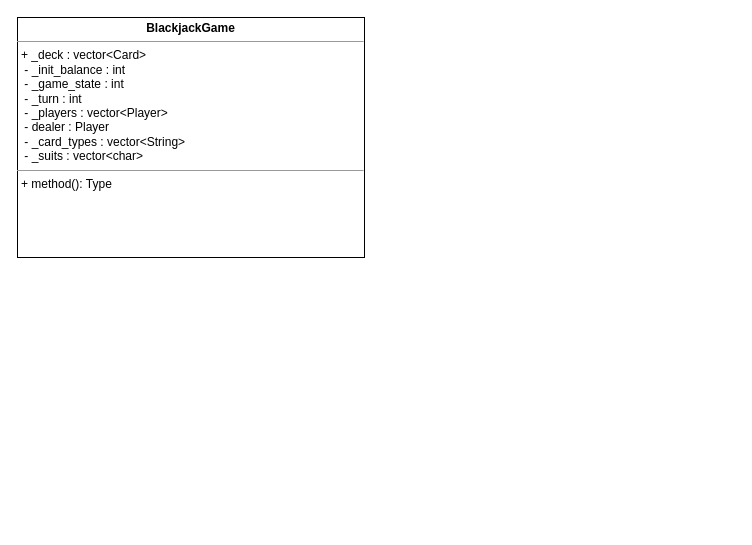
Before: docs/Implementation Details/implementation_details.drawio in christiangoerdes/Blackjack, a draw.io diagram. Source tidied: cells renumbered, new cells numbered last; positions are measured from the earlier drawing's top-left corner, leaving out a move shared by most shapes. Both pictures are drawn from the tidied source at 100%, with x=0, y=0 at pixel (17, 17).
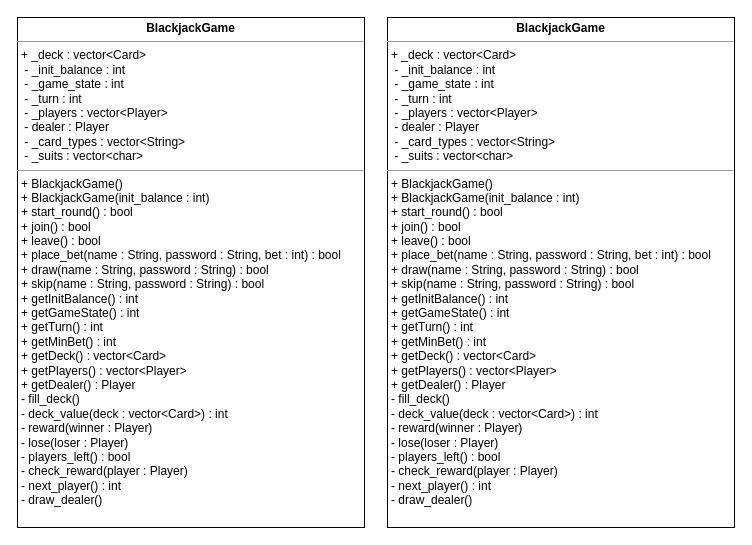
Above is the later version.

Commit message:
finished BlackjackGame UML diagram

What changed in the source:
```diff
@@
 <mxGraphModel>
   <root>
     <mxCell id="0" />
     <mxCell id="1" parent="0" />
-    <mxCell id="2" value="&lt;p style=&quot;margin:0px;margin-top:4px;text-align:center;&quot;&gt;&lt;b&gt;BlackjackGame&lt;/b&gt;&lt;/p&gt;&lt;hr size=&quot;1&quot;&gt;&lt;p style=&quot;margin:0px;margin-left:4px;&quot;&gt;+ _deck : vector&amp;lt;Card&amp;gt;&amp;nbsp;&lt;/p&gt;&lt;p style=&quot;margin:0px;margin-left:4px;&quot;&gt;&amp;nbsp;- _init_balance : int&lt;/p&gt;&lt;p style=&quot;margin:0px;margin-left:4px;&quot;&gt;&amp;nbsp;- _game_state : int&lt;/p&gt;&lt;p style=&quot;margin:0px;margin-left:4px;&quot;&gt;&amp;nbsp;- _turn : int&lt;/p&gt;&lt;p style=&quot;margin:0px;margin-left:4px;&quot;&gt;&lt;span style=&quot;background-color: initial;&quot;&gt;&amp;nbsp;- _players : vector&amp;lt;Player&amp;gt;&lt;/span&gt;&lt;/p&gt;&lt;p style=&quot;margin:0px;margin-left:4px;&quot;&gt;&lt;span style=&quot;background-color: initial;&quot;&gt;&amp;nbsp;- dealer : Player&lt;/span&gt;&lt;/p&gt;&lt;p style=&quot;margin:0px;margin-left:4px;&quot;&gt;&lt;span style=&quot;background-color: initial;&quot;&gt;&amp;nbsp;- _card_types : vector&amp;lt;String&amp;gt;&lt;/span&gt;&lt;/p&gt;&lt;p style=&quot;margin:0px;margin-left:4px;&quot;&gt;&lt;span style=&quot;background-color: initial;&quot;&gt;&amp;nbsp;- _suits : vector&amp;lt;char&amp;gt;&lt;/span&gt;&lt;/p&gt;&lt;hr size=&quot;1&quot;&gt;&lt;p style=&quot;margin:0px;margin-left:4px;&quot;&gt;+ method(): Type&lt;/p&gt;" style="verticalAlign=top;align=left;overflow=fill;fontSize=12;fontFamily=Helvetica;html=1;whiteSpace=wrap;" parent="1" vertex="1">
-      <mxGeometry width="347" height="240" as="geometry" />
+    <mxCell id="2" value="&lt;p style=&quot;margin:0px;margin-top:4px;text-align:center;&quot;&gt;&lt;b&gt;BlackjackGame&lt;/b&gt;&lt;/p&gt;&lt;hr size=&quot;1&quot;&gt;&lt;p style=&quot;margin:0px;margin-left:4px;&quot;&gt;+ _deck : vector&amp;lt;Card&amp;gt;&amp;nbsp;&lt;/p&gt;&lt;p style=&quot;margin:0px;margin-left:4px;&quot;&gt;&amp;nbsp;- _init_balance : int&lt;/p&gt;&lt;p style=&quot;margin:0px;margin-left:4px;&quot;&gt;&amp;nbsp;- _game_state : int&lt;/p&gt;&lt;p style=&quot;margin:0px;margin-left:4px;&quot;&gt;&amp;nbsp;- _turn : int&lt;/p&gt;&lt;p style=&quot;margin:0px;margin-left:4px;&quot;&gt;&lt;span style=&quot;background-color: initial;&quot;&gt;&amp;nbsp;- _players : vector&amp;lt;Player&amp;gt;&lt;/span&gt;&lt;/p&gt;&lt;p style=&quot;margin:0px;margin-left:4px;&quot;&gt;&lt;span style=&quot;background-color: initial;&quot;&gt;&amp;nbsp;- dealer : Player&lt;/span&gt;&lt;/p&gt;&lt;p style=&quot;margin:0px;margin-left:4px;&quot;&gt;&lt;span style=&quot;background-color: initial;&quot;&gt;&amp;nbsp;- _card_types : vector&amp;lt;String&amp;gt;&lt;/span&gt;&lt;/p&gt;&lt;p style=&quot;margin:0px;margin-left:4px;&quot;&gt;&lt;span style=&quot;background-color: initial;&quot;&gt;&amp;nbsp;- _suits : vector&amp;lt;char&amp;gt;&lt;/span&gt;&lt;/p&gt;&lt;hr size=&quot;1&quot;&gt;&lt;p style=&quot;margin:0px;margin-left:4px;&quot;&gt;+ BlackjackGame()&lt;/p&gt;&lt;p style=&quot;margin:0px;margin-left:4px;&quot;&gt;+ BlackjackGame(init_balance : int)&lt;/p&gt;&lt;p style=&quot;margin:0px;margin-left:4px;&quot;&gt;+ start_round() : bool&lt;/p&gt;&lt;p style=&quot;margin:0px;margin-left:4px;&quot;&gt;+ join() : bool&lt;/p&gt;&lt;p style=&quot;margin:0px;margin-left:4px;&quot;&gt;+ leave() : bool&lt;/p&gt;&lt;p style=&quot;margin:0px;margin-left:4px;&quot;&gt;+ place_bet(name : String, password : String, bet : int) : bool&lt;/p&gt;&lt;p style=&quot;margin:0px;margin-left:4px;&quot;&gt;+ draw(name : String, password : String) : bool&lt;/p&gt;&lt;p style=&quot;margin:0px;margin-left:4px;&quot;&gt;+ skip(name : String, password : String) : bool&lt;/p&gt;&lt;p style=&quot;margin:0px;margin-left:4px;&quot;&gt;+ getInitBalance() : int&lt;/p&gt;&lt;p style=&quot;margin:0px;margin-left:4px;&quot;&gt;+ getGameState() : int&lt;/p&gt;&lt;p style=&quot;margin:0px;margin-left:4px;&quot;&gt;+ getTurn() : int&lt;/p&gt;&lt;p style=&quot;margin:0px;margin-left:4px;&quot;&gt;+ getMinBet() : int&lt;/p&gt;&lt;p style=&quot;margin:0px;margin-left:4px;&quot;&gt;+ getDeck() : vector&amp;lt;Card&amp;gt;&lt;/p&gt;&lt;p style=&quot;margin:0px;margin-left:4px;&quot;&gt;+ getPlayers() : vector&amp;lt;Player&amp;gt;&lt;/p&gt;&lt;p style=&quot;margin:0px;margin-left:4px;&quot;&gt;+ getDealer() : Player&lt;/p&gt;&lt;p style=&quot;margin:0px;margin-left:4px;&quot;&gt;- fill_deck()&lt;/p&gt;&lt;p style=&quot;margin:0px;margin-left:4px;&quot;&gt;- deck_value(deck : vector&amp;lt;Card&amp;gt;) : int&lt;/p&gt;&lt;p style=&quot;margin:0px;margin-left:4px;&quot;&gt;- reward(winner : Player)&amp;nbsp;&lt;/p&gt;&lt;p style=&quot;margin:0px;margin-left:4px;&quot;&gt;- lose(loser : Player)&amp;nbsp;&lt;/p&gt;&lt;p style=&quot;margin:0px;margin-left:4px;&quot;&gt;- players_left() : bool&lt;/p&gt;&lt;p style=&quot;margin:0px;margin-left:4px;&quot;&gt;- check_reward(player : Player)&lt;/p&gt;&lt;p style=&quot;margin:0px;margin-left:4px;&quot;&gt;- next_player() : int&lt;/p&gt;&lt;p style=&quot;margin:0px;margin-left:4px;&quot;&gt;- draw_dealer()&lt;/p&gt;&lt;p style=&quot;margin:0px;margin-left:4px;&quot;&gt;&lt;br&gt;&lt;/p&gt;&lt;p style=&quot;margin:0px;margin-left:4px;&quot;&gt;&lt;br&gt;&lt;/p&gt;&lt;p style=&quot;margin:0px;margin-left:4px;&quot;&gt;&lt;br&gt;&lt;/p&gt;&lt;p style=&quot;margin:0px;margin-left:4px;&quot;&gt;&lt;br&gt;&lt;/p&gt;" style="verticalAlign=top;align=left;overflow=fill;fontSize=12;fontFamily=Helvetica;html=1;whiteSpace=wrap;" parent="1" vertex="1">
+      <mxGeometry width="347" height="510" as="geometry" />
     </mxCell>
+    <mxCell id="3" value="&lt;p style=&quot;margin:0px;margin-top:4px;text-align:center;&quot;&gt;&lt;b&gt;BlackjackGame&lt;/b&gt;&lt;/p&gt;&lt;hr size=&quot;1&quot;&gt;&lt;p style=&quot;margin:0px;margin-left:4px;&quot;&gt;+ _deck : vector&amp;lt;Card&amp;gt;&amp;nbsp;&lt;/p&gt;&lt;p style=&quot;margin:0px;margin-left:4px;&quot;&gt;&amp;nbsp;- _init_balance : int&lt;/p&gt;&lt;p style=&quot;margin:0px;margin-left:4px;&quot;&gt;&amp;nbsp;- _game_state : int&lt;/p&gt;&lt;p style=&quot;margin:0px;margin-left:4px;&quot;&gt;&amp;nbsp;- _turn : int&lt;/p&gt;&lt;p style=&quot;margin:0px;margin-left:4px;&quot;&gt;&lt;span style=&quot;background-color: initial;&quot;&gt;&amp;nbsp;- _players : vector&amp;lt;Player&amp;gt;&lt;/span&gt;&lt;/p&gt;&lt;p style=&quot;margin:0px;margin-left:4px;&quot;&gt;&lt;span style=&quot;background-color: initial;&quot;&gt;&amp;nbsp;- dealer : Player&lt;/span&gt;&lt;/p&gt;&lt;p style=&quot;margin:0px;margin-left:4px;&quot;&gt;&lt;span style=&quot;background-color: initial;&quot;&gt;&amp;nbsp;- _card_types : vector&amp;lt;String&amp;gt;&lt;/span&gt;&lt;/p&gt;&lt;p style=&quot;margin:0px;margin-left:4px;&quot;&gt;&lt;span style=&quot;background-color: initial;&quot;&gt;&amp;nbsp;- _suits : vector&amp;lt;char&amp;gt;&lt;/span&gt;&lt;/p&gt;&lt;hr size=&quot;1&quot;&gt;&lt;p style=&quot;margin:0px;margin-left:4px;&quot;&gt;+ BlackjackGame()&lt;/p&gt;&lt;p style=&quot;margin:0px;margin-left:4px;&quot;&gt;+ BlackjackGame(init_balance : int)&lt;/p&gt;&lt;p style=&quot;margin:0px;margin-left:4px;&quot;&gt;+ start_round() : bool&lt;/p&gt;&lt;p style=&quot;margin:0px;margin-left:4px;&quot;&gt;+ join() : bool&lt;/p&gt;&lt;p style=&quot;margin:0px;margin-left:4px;&quot;&gt;+ leave() : bool&lt;/p&gt;&lt;p style=&quot;margin:0px;margin-left:4px;&quot;&gt;+ place_bet(name : String, password : String, bet : int) : bool&lt;/p&gt;&lt;p style=&quot;margin:0px;margin-left:4px;&quot;&gt;+ draw(name : String, password : String) : bool&lt;/p&gt;&lt;p style=&quot;margin:0px;margin-left:4px;&quot;&gt;+ skip(name : String, password : String) : bool&lt;/p&gt;&lt;p style=&quot;margin:0px;margin-left:4px;&quot;&gt;+ getInitBalance() : int&lt;/p&gt;&lt;p style=&quot;margin:0px;margin-left:4px;&quot;&gt;+ getGameState() : int&lt;/p&gt;&lt;p style=&quot;margin:0px;margin-left:4px;&quot;&gt;+ getTurn() : int&lt;/p&gt;&lt;p style=&quot;margin:0px;margin-left:4px;&quot;&gt;+ getMinBet() : int&lt;/p&gt;&lt;p style=&quot;margin:0px;margin-left:4px;&quot;&gt;+ getDeck() : vector&amp;lt;Card&amp;gt;&lt;/p&gt;&lt;p style=&quot;margin:0px;margin-left:4px;&quot;&gt;+ getPlayers() : vector&amp;lt;Player&amp;gt;&lt;/p&gt;&lt;p style=&quot;margin:0px;margin-left:4px;&quot;&gt;+ getDealer() : Player&lt;/p&gt;&lt;p style=&quot;margin:0px;margin-left:4px;&quot;&gt;- fill_deck()&lt;/p&gt;&lt;p style=&quot;margin:0px;margin-left:4px;&quot;&gt;- deck_value(deck : vector&amp;lt;Card&amp;gt;) : int&lt;/p&gt;&lt;p style=&quot;margin:0px;margin-left:4px;&quot;&gt;- reward(winner : Player)&amp;nbsp;&lt;/p&gt;&lt;p style=&quot;margin:0px;margin-left:4px;&quot;&gt;- lose(loser : Player)&amp;nbsp;&lt;/p&gt;&lt;p style=&quot;margin:0px;margin-left:4px;&quot;&gt;- players_left() : bool&lt;/p&gt;&lt;p style=&quot;margin:0px;margin-left:4px;&quot;&gt;- check_reward(player : Player)&lt;/p&gt;&lt;p style=&quot;margin:0px;margin-left:4px;&quot;&gt;- next_player() : int&lt;/p&gt;&lt;p style=&quot;margin:0px;margin-left:4px;&quot;&gt;- draw_dealer()&lt;/p&gt;&lt;p style=&quot;margin:0px;margin-left:4px;&quot;&gt;&lt;br&gt;&lt;/p&gt;&lt;p style=&quot;margin:0px;margin-left:4px;&quot;&gt;&lt;br&gt;&lt;/p&gt;&lt;p style=&quot;margin:0px;margin-left:4px;&quot;&gt;&lt;br&gt;&lt;/p&gt;&lt;p style=&quot;margin:0px;margin-left:4px;&quot;&gt;&lt;br&gt;&lt;/p&gt;" style="verticalAlign=top;align=left;overflow=fill;fontSize=12;fontFamily=Helvetica;html=1;whiteSpace=wrap;" parent="1" vertex="1">
+      <mxGeometry x="370" width="347" height="510" as="geometry" />
+    </mxCell>
   </root>
 </mxGraphModel>
```
